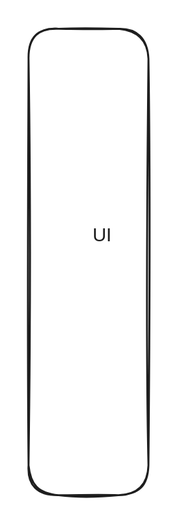
guardlight/documentation keeps this Excalidraw diagram as .gitbook/assets/file.excalidraw.svg. Above is the earlier version. Source tidied: one line per element, renumbered; positions are measured from the earlier drawing's top-left corner, leaving out a move shared by most shapes. The source it was exported from:
```json
{"id": 0, "type": "rectangle", "strokeColor": "#1e1e1e", "strokeWidth": 2, "roughness": 1, "round": true, "x": 0, "y": 0, "width": 126, "height": 491}
{"id": 1, "type": "text", "text": "UI", "strokeColor": "#1e1e1e", "strokeWidth": 2, "roughness": 1, "fontSize": 20, "fontFamily": 1, "x": 67, "y": 206, "width": 25, "height": 25}
```
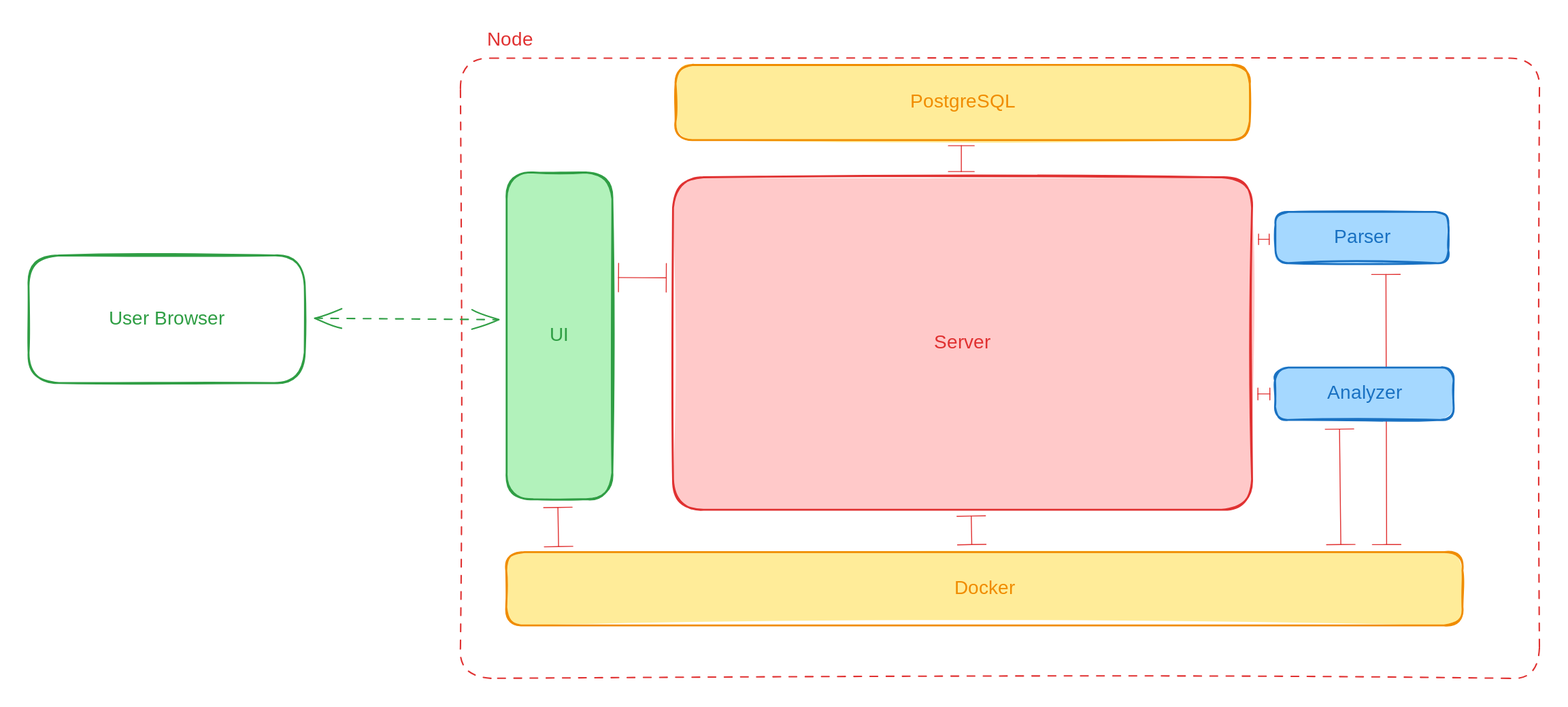
Later version of the same file.

Diff of the diagram source:
```diff
@@ -1,2 +1,25 @@
-{"id": 0, "type": "rectangle", "strokeColor": "#1e1e1e", "strokeWidth": 2, "roughness": 1, "round": true, "x": 0, "y": 0, "width": 126, "height": 491}
+{"id": 2, "type": "rectangle", "strokeColor": "#2f9e44", "backgroundColor": "#b2f2bb", "fillStyle": "solid", "strokeWidth": 2, "roughness": 1, "round": true, "x": 24, "y": 47, "width": 111, "height": 343}
-{"id": 1, "type": "text", "text": "UI", "strokeColor": "#1e1e1e", "strokeWidth": 2, "roughness": 1, "fontSize": 20, "fontFamily": 1, "x": 67, "y": 206, "width": 25, "height": 25}
+{"id": 1, "type": "text", "text": "UI", "strokeColor": "#2f9e44", "backgroundColor": "#b2f2bb", "fillStyle": "solid", "strokeWidth": 2, "roughness": 1, "fontSize": 20, "fontFamily": 1, "textAlign": "center", "verticalAlign": "middle", "inside": 2, "x": 67, "y": 206, "width": 25, "height": 25}
+{"id": 3, "type": "rectangle", "strokeColor": "#e03131", "backgroundColor": "#ffc9c9", "fillStyle": "solid", "strokeWidth": 2, "roughness": 1, "round": true, "x": 199, "y": 52, "width": 608, "height": 349}
+{"id": 4, "type": "text", "text": "Server", "strokeColor": "#e03131", "backgroundColor": "#ffec99", "fillStyle": "solid", "strokeWidth": 2, "roughness": 1, "fontSize": 20, "fontFamily": 1, "textAlign": "center", "verticalAlign": "middle", "inside": 3, "x": 472, "y": 214, "width": 62, "height": 25}
+{"id": 5, "type": "rectangle", "strokeColor": "#1971c2", "backgroundColor": "#a5d8ff", "fillStyle": "solid", "strokeWidth": 2, "roughness": 1, "round": true, "x": 831, "y": 88, "width": 182, "height": 54}
+{"id": 6, "type": "text", "text": "Parser", "strokeColor": "#1971c2", "backgroundColor": "#a5d8ff", "fillStyle": "solid", "strokeWidth": 2, "roughness": 1, "fontSize": 20, "fontFamily": 1, "textAlign": "center", "verticalAlign": "middle", "inside": 5, "x": 889, "y": 103, "width": 66, "height": 25}
+{"id": 7, "type": "rectangle", "strokeColor": "#f08c00", "backgroundColor": "#ffec99", "fillStyle": "solid", "strokeWidth": 2, "roughness": 1, "round": true, "x": 24, "y": 445, "width": 1004, "height": 77}
+{"id": 8, "type": "text", "text": "Docker", "strokeColor": "#f08c00", "backgroundColor": "#a5d8ff", "fillStyle": "solid", "strokeWidth": 2, "roughness": 1, "fontSize": 20, "fontFamily": 1, "textAlign": "center", "verticalAlign": "middle", "inside": 7, "x": 493, "y": 471, "width": 66, "height": 25}
+{"id": 9, "type": "rectangle", "strokeColor": "#f08c00", "backgroundColor": "#ffec99", "fillStyle": "solid", "strokeWidth": 2, "roughness": 1, "round": true, "x": 201, "y": -66, "width": 603, "height": 79}
+{"id": 10, "type": "text", "text": "PostgreSQL", "strokeColor": "#f08c00", "backgroundColor": "#a5d8ff", "fillStyle": "solid", "strokeWidth": 2, "roughness": 1, "fontSize": 20, "fontFamily": 1, "textAlign": "center", "verticalAlign": "middle", "inside": 9, "x": 446, "y": -39, "width": 114, "height": 25}
+{"id": 11, "type": "rectangle", "strokeColor": "#e03131", "strokeWidth": 1, "strokeStyle": "dashed", "roughness": 1, "round": true, "x": -24, "y": -73, "width": 1133, "height": 651}
+{"id": 12, "type": "text", "text": "Node", "strokeColor": "#e03131", "strokeWidth": 1, "strokeStyle": "dashed", "roughness": 1, "fontSize": 20, "fontFamily": 1, "x": 4, "y": -104, "width": 46, "height": 25}
+{"id": 13, "type": "arrow", "strokeColor": "#e03131", "strokeWidth": 1, "roughness": 0, "startArrowhead": "bar", "endArrowhead": "bar", "round": true, "from": 2, "to": 3, "x": 142, "y": 157, "width": 50, "height": 0, "points": [[0, 0], [50, 0]]}
+{"id": 14, "type": "arrow", "strokeColor": "#e03131", "strokeWidth": 1, "roughness": 0, "startArrowhead": "bar", "endArrowhead": "bar", "round": true, "from": 9, "to": 3, "x": 502, "y": 19, "width": 0, "height": 27, "points": [[0, 0], [0, 27]]}
+{"id": 15, "type": "arrow", "strokeColor": "#e03131", "strokeWidth": 1, "roughness": 0, "startArrowhead": "bar", "endArrowhead": "bar", "round": true, "from": 3, "to": 7, "x": 512, "y": 408, "width": 1, "height": 30, "points": [[0, 0], [1, 30]]}
+{"id": 16, "type": "arrow", "strokeColor": "#e03131", "strokeWidth": 1, "roughness": 0, "startArrowhead": "bar", "endArrowhead": "bar", "round": true, "from": 3, "to": 5, "x": 814, "y": 117, "width": 11, "height": 0, "points": [[0, 0], [11, 0]]}
+{"id": 17, "type": "arrow", "strokeColor": "#e03131", "strokeWidth": 1, "roughness": 0, "startArrowhead": "bar", "endArrowhead": "bar", "round": true, "from": 3, "to": 21, "x": 813, "y": 279, "width": 13, "height": 0, "points": [[0, 0], [13, 0]]}
+{"id": 18, "type": "arrow", "strokeColor": "#e03131", "strokeWidth": 1, "roughness": 0, "startArrowhead": "bar", "endArrowhead": "bar", "round": true, "from": 21, "to": 7, "x": 899, "y": 316, "width": 1, "height": 121, "points": [[0, 0], [1, 121]]}
+{"id": 19, "type": "arrow", "strokeColor": "#e03131", "strokeWidth": 1, "roughness": 0, "startArrowhead": "bar", "endArrowhead": "bar", "round": true, "from": 2, "to": 7, "x": 78, "y": 399, "width": 1, "height": 41, "points": [[0, 0], [1, 41]]}
+{"id": 20, "type": "arrow", "strokeColor": "#e03131", "strokeWidth": 1, "roughness": 0, "startArrowhead": "bar", "endArrowhead": "bar", "round": true, "from": 5, "to": 7, "x": 947, "y": 154, "width": 1, "height": 284, "points": [[0, 0], [1, 284]]}
+{"id": 21, "type": "rectangle", "strokeColor": "#1971c2", "backgroundColor": "#a5d8ff", "fillStyle": "solid", "strokeWidth": 2, "roughness": 1, "round": true, "x": 831, "y": 252, "width": 188, "height": 55}
+{"id": 22, "type": "text", "text": "Analyzer", "strokeColor": "#1971c2", "backgroundColor": "#a5d8ff", "fillStyle": "solid", "strokeWidth": 2, "roughness": 1, "fontSize": 20, "fontFamily": 1, "textAlign": "center", "verticalAlign": "middle", "inside": 21, "x": 884, "y": 267, "width": 81, "height": 25}
+{"id": 23, "type": "rectangle", "strokeColor": "#2f9e44", "strokeWidth": 2, "roughness": 1, "round": true, "x": -478, "y": 134, "width": 290, "height": 134}
+{"id": 24, "type": "text", "text": "User Browser", "strokeColor": "#2f9e44", "strokeWidth": 2, "roughness": 1, "fontSize": 20, "fontFamily": 1, "textAlign": "center", "verticalAlign": "middle", "inside": 23, "x": -399, "y": 188, "width": 131, "height": 25}
+{"id": 25, "type": "arrow", "strokeColor": "#2f9e44", "strokeWidth": 1, "strokeStyle": "dashed", "roughness": 1, "startArrowhead": "arrow", "endArrowhead": "arrow", "round": true, "from": 23, "to": 2, "x": -178, "y": 201, "width": 193, "height": 0, "points": [[0, 0], [193, 0]]}
```
